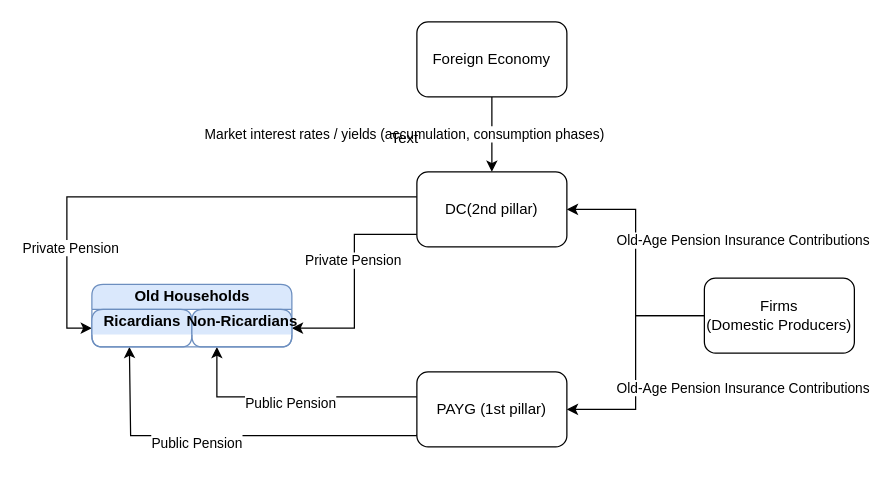
zuzancek/schemes keeps this draw.io diagram as ogre/Untitled Diagram.drawio. Above is the earlier version. Source tidied: cells renumbered, new cells numbered last; positions are measured from the earlier drawing's top-left corner, leaving out a move shared by most shapes. Both pictures are drawn from the tidied source at 125%, with x=0, y=0 at pixel (66, 21).
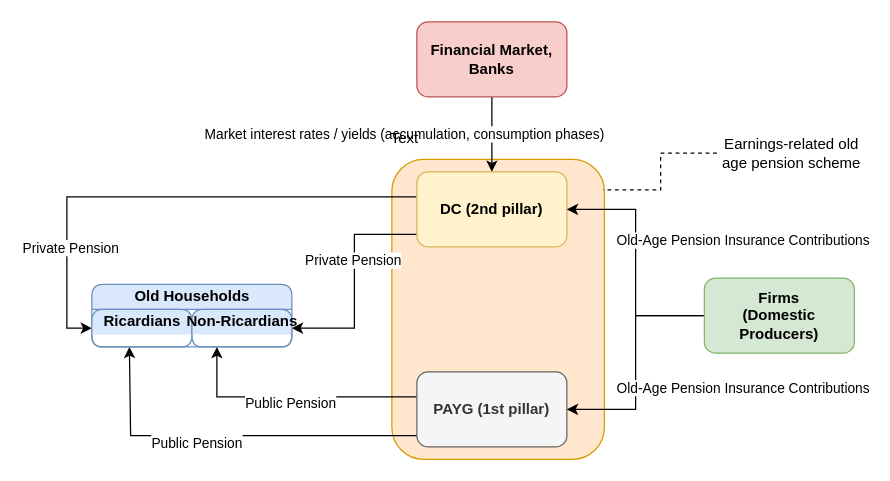
The same diagram, later.

Change to the diagram source:
```diff
@@
+    <mxCell id="23" style="rounded=1;whiteSpace=wrap;html=1;fillColor=#ffe6cc;strokeColor=#d79b00;" parent="1" vertex="1">
+      <mxGeometry x="260" y="110" width="170" height="240" as="geometry" />
+    </mxCell>
@@
-    <mxCell id="6" value="PAYG (1st pillar)" style="rounded=1;whiteSpace=wrap;html=1;" parent="1" vertex="1">
+    <mxCell id="6" value="PAYG (1st pillar)" style="rounded=1;whiteSpace=wrap;html=1;fillColor=#f5f5f5;fontColor=#333333;strokeColor=#666666;fontStyle=1;" parent="1" vertex="1">
       <mxGeometry x="280" y="280" width="120" height="60" as="geometry" />
     </mxCell>
@@
-    <mxCell id="11" value="DC(2nd pillar)" style="rounded=1;whiteSpace=wrap;html=1;" parent="1" vertex="1">
+    <mxCell id="11" value="DC (2nd pillar)" style="rounded=1;whiteSpace=wrap;html=1;fillColor=#fff2cc;strokeColor=#d6b656;fontStyle=1;" parent="1" vertex="1">
       <mxGeometry x="280" y="120" width="120" height="60" as="geometry" />
     </mxCell>
@@
-    <mxCell id="16" value="Firms &lt;br&gt;(Domestic Producers)" style="rounded=1;whiteSpace=wrap;html=1;" parent="1" vertex="1">
+    <mxCell id="16" value="Firms &lt;br&gt;(Domestic Producers)" style="rounded=1;whiteSpace=wrap;html=1;fillColor=#d5e8d4;strokeColor=#82b366;fontStyle=1;" parent="1" vertex="1">
       <mxGeometry x="510" y="205" width="120" height="60" as="geometry" />
     </mxCell>
@@
-    <mxCell id="21" value="Foreign Economy" style="rounded=1;whiteSpace=wrap;html=1;" parent="1" vertex="1">
+    <mxCell id="21" value="Financial Market,&lt;br&gt;Banks" style="rounded=1;whiteSpace=wrap;html=1;fillColor=#f8cecc;strokeColor=#b85450;fontStyle=1;" parent="1" vertex="1">
       <mxGeometry x="280" width="120" height="60" as="geometry" />
     </mxCell>
@@
+    <mxCell id="24" style="edgeStyle=orthogonalEdgeStyle;rounded=0;jettySize=auto;html=1;entryX=0.995;entryY=0.102;entryDx=0;entryDy=0;entryPerimeter=0;endArrow=none;endFill=0;dashed=1;" parent="1" edge="1" source="25" target="23">
+      <mxGeometry relative="1" as="geometry" />
+    </mxCell>
+    <mxCell id="25" value="Earnings-related old age pension scheme" style="text;html=1;strokeColor=none;fillColor=none;align=center;verticalAlign=middle;whiteSpace=wrap;rounded=0;" parent="1" vertex="1">
+      <mxGeometry x="520" y="90" width="120" height="30" as="geometry" />
+    </mxCell>
```
